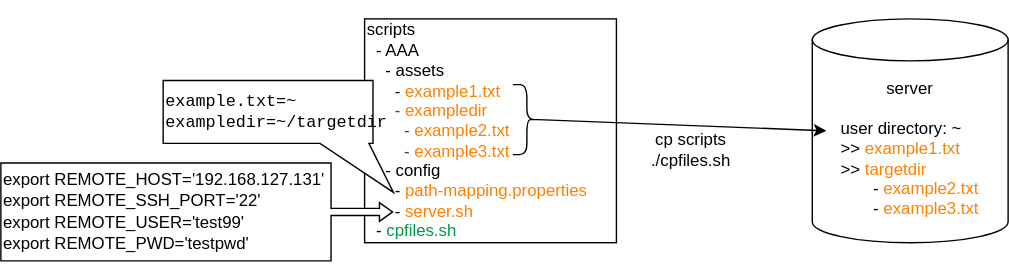
The draw.io diagram docs/assets/scripts/cpfiles.svg in saidake/simi-sandbox, before a commit. Source tidied: cells renumbered, new cells last; positions are measured from the earlier drawing's top-left corner, leaving out a move shared by most shapes.
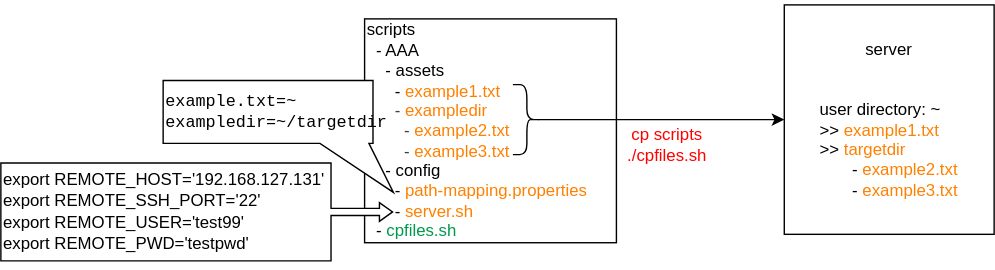
Later version of the same file.

Commit message:
[scripts] feat: rename 'simipatch.sh' to 'patchr.sh' and optimize it

What changed in the source:
```diff
@@ -5,9 +5,6 @@
     <mxCell id="2" value="&lt;div&gt;&lt;br&gt;&lt;/div&gt;scripts&lt;div&gt;&amp;nbsp; - AAA&lt;/div&gt;&lt;div&gt;&amp;nbsp; &amp;nbsp; - assets&lt;/div&gt;&lt;div&gt;&amp;nbsp; &amp;nbsp; &amp;nbsp; - &lt;font style=&quot;color: rgb(255, 128, 0);&quot;&gt;example1.txt&lt;/font&gt;&lt;/div&gt;&lt;div&gt;&lt;font style=&quot;color: rgb(255, 128, 0);&quot;&gt;&amp;nbsp; &amp;nbsp; &amp;nbsp;&amp;nbsp;&lt;/font&gt;&lt;span style=&quot;color: rgb(63, 63, 63); background-color: transparent;&quot;&gt;- &lt;/span&gt;&lt;span style=&quot;background-color: transparent;&quot;&gt;&lt;font style=&quot;color: rgb(255, 128, 0);&quot;&gt;exampledir&lt;/font&gt;&lt;/span&gt;&lt;/div&gt;&lt;div&gt;&lt;span style=&quot;color: rgb(63, 63, 63); background-color: transparent;&quot;&gt;&amp;nbsp; &amp;nbsp; &amp;nbsp; &amp;nbsp; - &lt;/span&gt;&lt;span style=&quot;background-color: transparent;&quot;&gt;&lt;font style=&quot;color: rgb(255, 128, 0);&quot;&gt;example2.txt&lt;/font&gt;&lt;/span&gt;&lt;/div&gt;&lt;div&gt;&lt;span style=&quot;color: rgb(63, 63, 63); background-color: transparent;&quot;&gt;&amp;nbsp; &amp;nbsp; &amp;nbsp; &amp;nbsp; - &lt;/span&gt;&lt;span style=&quot;background-color: transparent;&quot;&gt;&lt;font style=&quot;color: rgb(255, 128, 0);&quot;&gt;example3.txt&lt;/font&gt;&lt;/span&gt;&lt;/div&gt;&lt;div&gt;&amp;nbsp; &amp;nbsp; - config&lt;/div&gt;&lt;div&gt;&amp;nbsp; &amp;nbsp; &amp;nbsp; - &lt;font style=&quot;color: rgb(255, 128, 0);&quot;&gt;path-mapping.properties&lt;/font&gt;&lt;/div&gt;&lt;div&gt;&lt;font style=&quot;color: rgb(255, 128, 0);&quot;&gt;&amp;nbsp; &amp;nbsp; &amp;nbsp;&amp;nbsp;&lt;/font&gt;&lt;font style=&quot;color: rgb(0, 0, 0);&quot;&gt;- &lt;/font&gt;&lt;font style=&quot;color: rgb(255, 128, 0);&quot;&gt;server.sh&lt;/font&gt;&lt;/div&gt;&lt;div&gt;&amp;nbsp; - &lt;font style=&quot;color: rgb(0, 153, 77);&quot;&gt;cpfiles.sh&lt;/font&gt;&lt;/div&gt;&lt;div&gt;&lt;br&gt;&lt;/div&gt;" style="rounded=0;whiteSpace=wrap;html=1;align=left;" parent="1" vertex="1">
       <mxGeometry x="260" width="180" height="160" as="geometry" />
     </mxCell>
-    <mxCell id="3" value="server&lt;div&gt;&lt;br&gt;&lt;/div&gt;&lt;div style=&quot;text-align: left;&quot;&gt;user directory: ~&lt;/div&gt;&lt;div&gt;&lt;div style=&quot;text-align: left;&quot;&gt;&lt;span style=&quot;background-color: transparent;&quot;&gt;&amp;gt;&amp;gt; &lt;font style=&quot;color: rgb(255, 128, 0);&quot;&gt;example1.txt&lt;/font&gt;&lt;/span&gt;&lt;/div&gt;&lt;div style=&quot;text-align: left;&quot;&gt;&lt;span style=&quot;background-color: transparent;&quot;&gt;&amp;gt;&amp;gt; &lt;font style=&quot;color: rgb(255, 128, 0);&quot;&gt;targetdir&lt;/font&gt;&lt;/span&gt;&lt;/div&gt;&lt;/div&gt;&lt;div style=&quot;text-align: left;&quot;&gt;&amp;nbsp; &amp;nbsp; &amp;nbsp; &amp;nbsp;- &lt;font style=&quot;color: rgb(255, 128, 0);&quot;&gt;example2.txt&lt;/font&gt;&lt;/div&gt;&lt;div style=&quot;text-align: left;&quot;&gt;&amp;nbsp; &amp;nbsp; &amp;nbsp; &amp;nbsp;- &lt;font style=&quot;color: rgb(255, 128, 0);&quot;&gt;example3.txt&lt;/font&gt;&lt;/div&gt;" style="shape=cylinder3;whiteSpace=wrap;html=1;boundedLbl=1;backgroundOutline=1;size=15;" parent="1" vertex="1">
-      <mxGeometry x="580" width="140" height="160" as="geometry" />
-    </mxCell>
     <mxCell id="4" value="&lt;pre&gt;&lt;font style=&quot;color: rgb(0, 0, 0);&quot;&gt;example.txt=~&lt;br&gt;exampledir=~/targetdir&lt;/font&gt;&lt;/pre&gt;" style="whiteSpace=wrap;html=1;shape=mxgraph.basic.rectCallout;dx=20.4;dy=35;boundedLbl=1;align=left;flipH=1;flipV=0;" parent="1" vertex="1">
       <mxGeometry x="116" y="44" width="150" height="80" as="geometry" />
     </mxCell>
@@ -17,15 +14,16 @@
     <mxCell id="6" style="shape=curlyBracket;whiteSpace=wrap;html=1;rounded=1;flipH=1;labelPosition=right;verticalLabelPosition=middle;align=left;verticalAlign=middle;" parent="1" vertex="1">
       <mxGeometry x="366" y="47" width="20" height="50" as="geometry" />
     </mxCell>
-    <mxCell id="7" style="endArrow=classic;html=1;exitX=0.1;exitY=0.5;exitDx=0;exitDy=0;exitPerimeter=0;" parent="1" edge="1" source="6">
-      <mxGeometry relative="1" as="geometry">
-        <mxPoint x="590" y="80" as="targetPoint" />
-      </mxGeometry>
+    <mxCell id="7" style="endArrow=classic;html=1;exitX=0.1;exitY=0.5;exitDx=0;exitDy=0;exitPerimeter=0;" parent="1" edge="1" source="6" target="3">
+      <mxGeometry relative="1" as="geometry" />
     </mxCell>
-    <mxCell id="8" value="&lt;font style=&quot;color: rgb(0, 0, 0); font-size: 12px;&quot;&gt;cp scripts&lt;/font&gt;&lt;div&gt;&lt;font style=&quot;color: rgb(0, 0, 0); font-size: 12px;&quot;&gt;./cpfiles.sh&lt;/font&gt;&lt;/div&gt;" style="edgeLabel;html=1;align=center;verticalAlign=middle;" parent="7" vertex="1">
+    <mxCell id="8" value="&lt;font style=&quot;font-size: 12px; color: rgb(255, 0, 0);&quot;&gt;cp scripts&lt;/font&gt;&lt;div&gt;&lt;font style=&quot;font-size: 12px; color: rgb(255, 0, 0);&quot;&gt;./cpfiles.sh&lt;/font&gt;&lt;/div&gt;" style="edgeLabel;html=1;align=center;verticalAlign=middle;" parent="7" vertex="1">
       <mxGeometry x="0.13" y="3" relative="1" as="geometry">
         <mxPoint x="-8" y="20" as="offset" />
       </mxGeometry>
     </mxCell>
+    <mxCell id="3" value="&lt;span style=&quot;color: rgb(0, 0, 0);&quot;&gt;server&lt;/span&gt;&lt;div&gt;&lt;br&gt;&lt;/div&gt;&lt;div&gt;&lt;br&gt;&lt;/div&gt;&lt;div style=&quot;text-align: left;&quot;&gt;user directory: ~&lt;/div&gt;&lt;div&gt;&lt;div style=&quot;text-align: left;&quot;&gt;&lt;span style=&quot;background-color: transparent;&quot;&gt;&amp;gt;&amp;gt;&amp;nbsp;&lt;font style=&quot;color: rgb(255, 128, 0);&quot;&gt;example1.txt&lt;/font&gt;&lt;/span&gt;&lt;/div&gt;&lt;div style=&quot;text-align: left;&quot;&gt;&lt;span style=&quot;background-color: transparent;&quot;&gt;&amp;gt;&amp;gt;&amp;nbsp;&lt;font style=&quot;color: rgb(255, 128, 0);&quot;&gt;targetdir&lt;/font&gt;&lt;/span&gt;&lt;/div&gt;&lt;/div&gt;&lt;div style=&quot;text-align: left;&quot;&gt;&amp;nbsp; &amp;nbsp; &amp;nbsp; &amp;nbsp;-&amp;nbsp;&lt;font style=&quot;color: rgb(255, 128, 0);&quot;&gt;example2.txt&lt;/font&gt;&lt;/div&gt;&lt;div style=&quot;text-align: left;&quot;&gt;&amp;nbsp; &amp;nbsp; &amp;nbsp; &amp;nbsp;-&amp;nbsp;&lt;font style=&quot;color: rgb(255, 128, 0);&quot;&gt;example3.txt&lt;/font&gt;&lt;/div&gt;" style="rounded=0;whiteSpace=wrap;html=1;" parent="1" vertex="1">
+      <mxGeometry x="560" y="-10" width="150" height="164" as="geometry" />
+    </mxCell>
   </root>
 </mxGraphModel>
```
